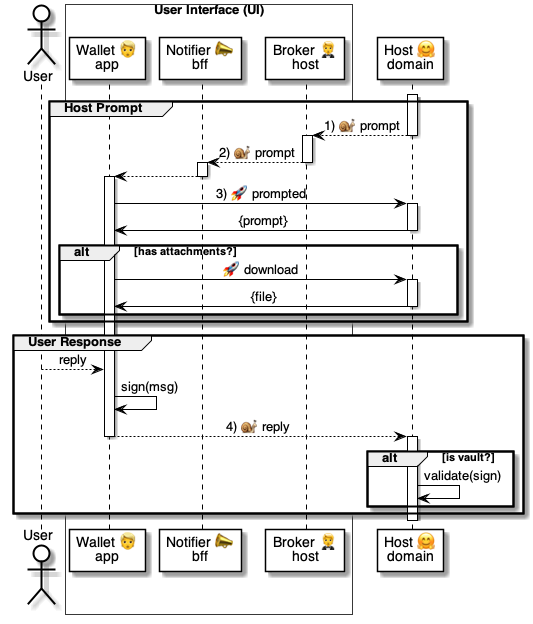
The PlantUML diagram 5 ⏩ Flows/50 🤗⏩ Hosts/.📎 Assets/00 ⚙️💬 Prompt.png in pollyweb-org/pollyweb-docs, before a commit. Its source is kept beside it as 5 ⏩ Flows/50 🤗⏩ Hosts/.📎 Assets/00 ⚙️💬 Prompt.puml. Source of this version:
```plantuml
@startuml Goodbye

actor "User" as user

box "User Interface (UI)"  #FFFFFF
    participant "Wallet 👱\napp" as wallet
    participant "Notifier 📣\nbff" as notifier
    participant "Broker 🤵\nhost" as broker
end box

participant "Host 🤗\ndomain" as host


activate host

group Host Prompt

    host --> broker: 1) 🐌 prompt
    deactivate host

    activate broker
        broker --> notifier: 2) 🐌 prompt
    deactivate broker

    activate notifier
        notifier --> wallet
    deactivate notifier

    activate wallet

        wallet -> host: 3) 🚀 prompted
        activate host
            host -> wallet: {prompt}
        deactivate host

        alt has attachments?
            wallet -> host: 🚀 download
            activate host
                host -> wallet: {file}
            deactivate host
        end alt

end group


group User Response

    user --> wallet: reply

    wallet -> wallet: sign(msg)
    wallet --> host: 4) 🐌 reply
    deactivate wallet

    activate host

        alt is vault?
            host -> host: validate(sign)
        end alt

end group

deactivate host

@enduml
```
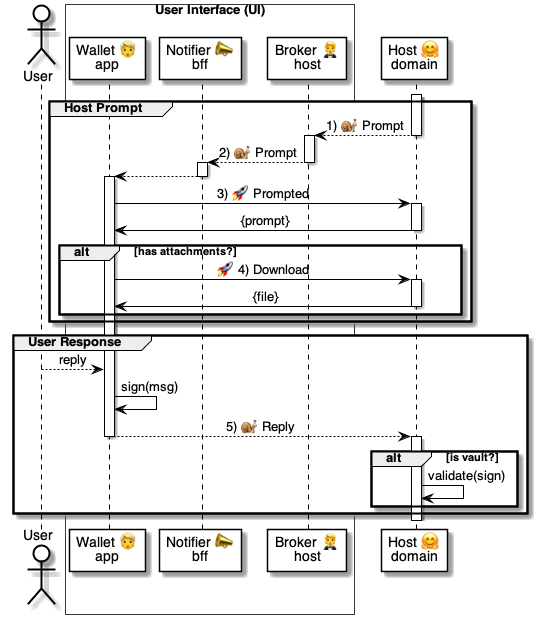
Above is the later version.

What changed in the source:
```diff
@@ -15,11 +15,11 @@
 
 group Host Prompt
 
-    host --> broker: 1) 🐌 prompt
+    host --> broker: 1) 🐌 Prompt
     deactivate host
 
     activate broker
-        broker --> notifier: 2) 🐌 prompt
+        broker --> notifier: 2) 🐌 Prompt
     deactivate broker
 
     activate notifier
@@ -28,13 +28,13 @@
 
     activate wallet
 
-        wallet -> host: 3) 🚀 prompted
+        wallet -> host: 3) 🚀 Prompted
         activate host
             host -> wallet: {prompt}
         deactivate host
 
         alt has attachments?
-            wallet -> host: 🚀 download
+            wallet -> host: 🚀 4) Download
             activate host
                 host -> wallet: {file}
             deactivate host
@@ -48,7 +48,7 @@
     user --> wallet: reply
 
     wallet -> wallet: sign(msg)
-    wallet --> host: 4) 🐌 reply
+    wallet --> host: 5) 🐌 Reply
     deactivate wallet
 
     activate host
```
